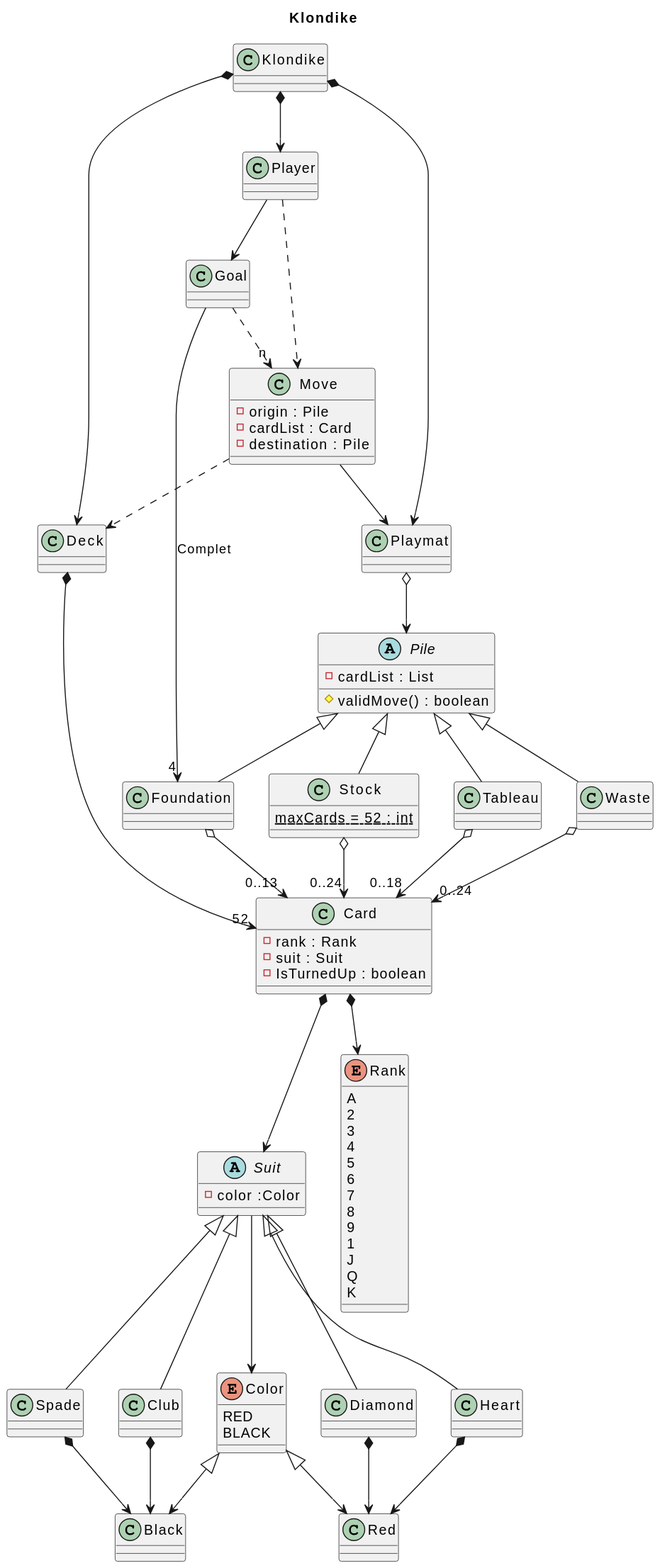
Earlier version of the PlantUML export 04-plantuml/Klondike.svg (Juzzgoo/git_practicas).
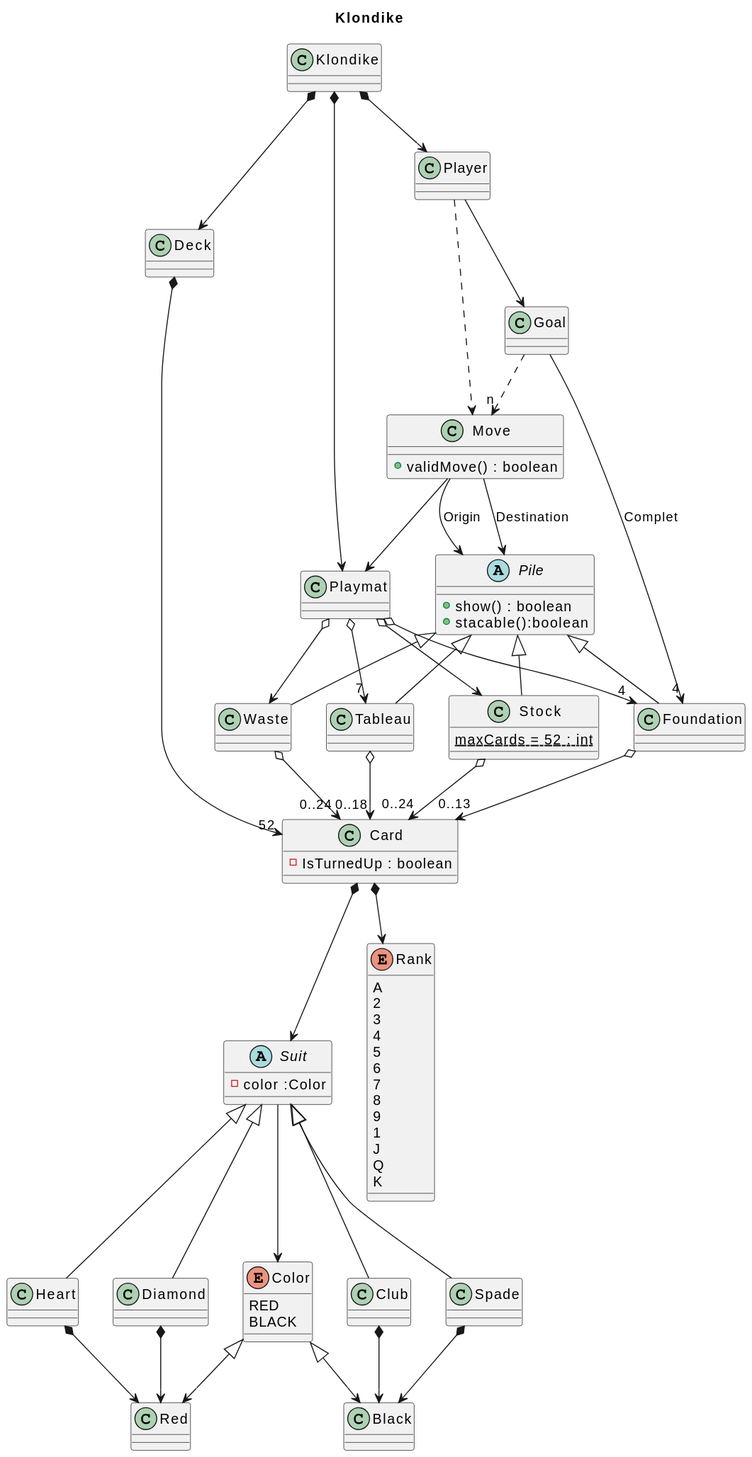
Later version of the same file.

Diff of the diagram source:
```diff
@@ -16,21 +16,17 @@
 class Waste{
 }
 class Card{
--rank : Rank
--suit : Suit
 -IsTurnedUp : boolean
 }
 abstract Pile{
-- cardList : List
-# validMove() : boolean
++show() : boolean
++stacable():boolean
 }
 abstract Suit{
 - color :Color
 }
 class Move{
--origin : Pile
--cardList : Card
--destination : Pile
++validMove() : boolean
 }
 enum Color{
 RED
@@ -60,9 +56,14 @@
 Player --> Goal
 Goal --> "4" Foundation : "Complet"
 Goal ..> "n" Move
-Move ..> Deck
 Move --> Playmat
-Playmat o--> Pile
+Move --> Pile :"Origin"
+Move --> Pile :"Destination"
+
+Playmat o--> "7" Tableau
+Playmat o--> Stock
+Playmat o--> Waste
+Playmat o--> "4" Foundation
 
 Pile <|-- Stock
 Pile <|-- Waste
```
